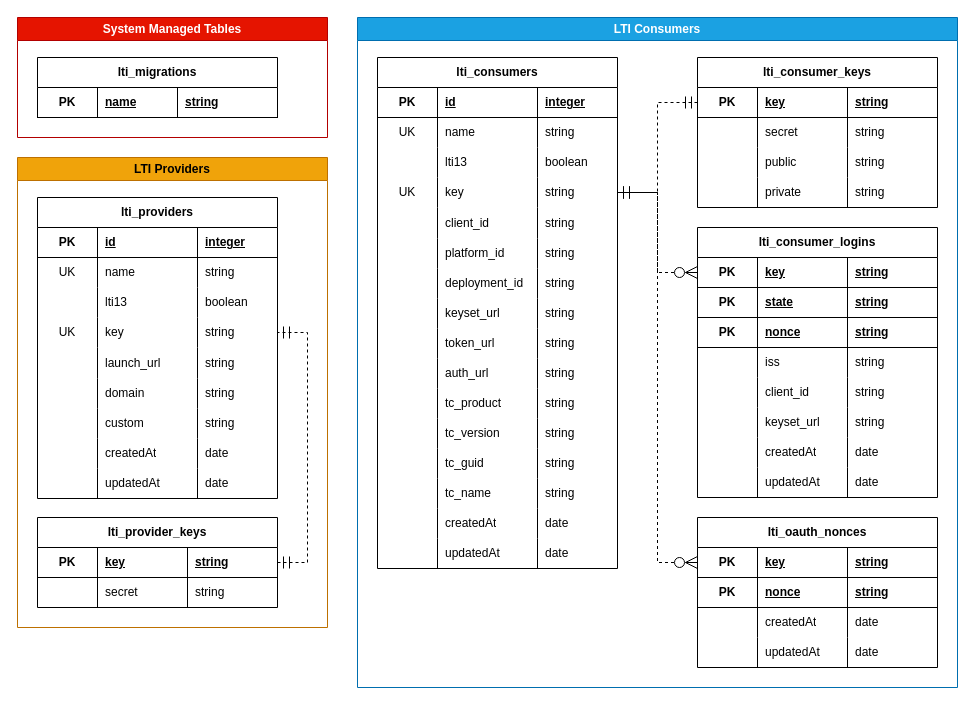
The draw.io diagram docs/content/00-general/01-database/images/lpp_database.drawio in alt-cs-lab/lti-toolkit, before the edit. Source tidied: cells renumbered, new cells numbered last; positions are measured from the earlier drawing's top-left corner, leaving out a move shared by most shapes. Both pictures are drawn from the tidied source at 100%, with x=0, y=0 at pixel (17, 17).
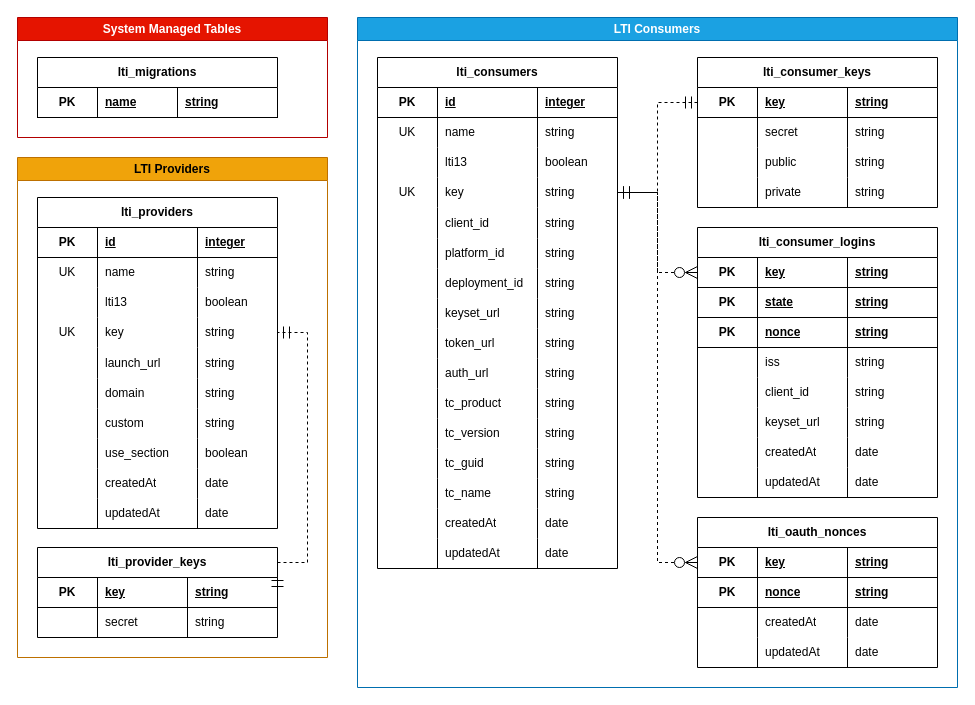
The same diagram, later.

The edit, as a diff of the source:
```diff
@@
     <mxCell id="144" value="LTI Providers" style="swimlane;whiteSpace=wrap;html=1;fillColor=#f0a30a;fontColor=#000000;strokeColor=#BD7000;" parent="1" vertex="1">
-      <mxGeometry y="140" width="310" height="470" as="geometry" />
+      <mxGeometry y="140" width="310" height="500" as="geometry" />
     </mxCell>
     <mxCell id="145" value="lti_providers" style="shape=table;startSize=30;childLayout=tableLayout;rowLines=0;fontStyle=1;align=center;html=1;whiteSpace=wrap;" parent="144" vertex="1">
-      <mxGeometry x="20" y="40" width="240" height="301" as="geometry" />
+      <mxGeometry x="20" y="40" width="240" height="331" as="geometry" />
     </mxCell>
@@
+    <mxCell id="192" style="shape=tableRow;horizontal=0;startSize=0;swimlaneHead=0;swimlaneBody=0;fillColor=none;top=0;left=0;right=0;bottom=0;html=1;" parent="145" vertex="1">
+      <mxGeometry y="241" width="240" height="30" as="geometry" />
+    </mxCell>
+    <mxCell id="193" style="shape=partialRectangle;fillColor=none;top=0;left=0;bottom=0;right=0;overflow=hidden;html=1;whiteSpace=wrap;" parent="192" vertex="1">
+      <mxGeometry width="60" height="30" as="geometry" />
+    </mxCell>
+    <mxCell id="194" value="use_section" style="shape=partialRectangle;fillColor=none;top=0;left=0;bottom=0;right=0;align=left;spacingLeft=6;overflow=hidden;html=1;whiteSpace=wrap;" parent="192" vertex="1">
+      <mxGeometry x="60" width="100" height="30" as="geometry" />
+    </mxCell>
+    <mxCell id="195" value="boolean" style="shape=partialRectangle;fillColor=none;top=0;left=0;bottom=0;right=0;align=left;spacingLeft=6;overflow=hidden;html=1;whiteSpace=wrap;" parent="192" vertex="1">
+      <mxGeometry x="160" width="80" height="30" as="geometry" />
+    </mxCell>
     <mxCell id="174" style="shape=tableRow;horizontal=0;startSize=0;swimlaneHead=0;swimlaneBody=0;fillColor=none;top=0;left=0;right=0;bottom=0;html=1;" parent="145" vertex="1">
-      <mxGeometry y="241" width="240" height="30" as="geometry" />
+      <mxGeometry y="271" width="240" height="30" as="geometry" />
     </mxCell>
@@
     <mxCell id="178" style="shape=tableRow;horizontal=0;startSize=0;swimlaneHead=0;swimlaneBody=0;fillColor=none;top=0;left=0;right=0;bottom=0;html=1;" parent="145" vertex="1">
-      <mxGeometry y="271" width="240" height="30" as="geometry" />
+      <mxGeometry y="301" width="240" height="30" as="geometry" />
     </mxCell>
@@
     <mxCell id="182" value="lti_provider_keys" style="shape=table;startSize=30;childLayout=tableLayout;rowLines=0;fontStyle=1;align=center;html=1;whiteSpace=wrap;" parent="144" vertex="1">
-      <mxGeometry x="20" y="360" width="240" height="90" as="geometry" />
+      <mxGeometry x="20" y="390" width="240" height="90" as="geometry" />
     </mxCell>
```
